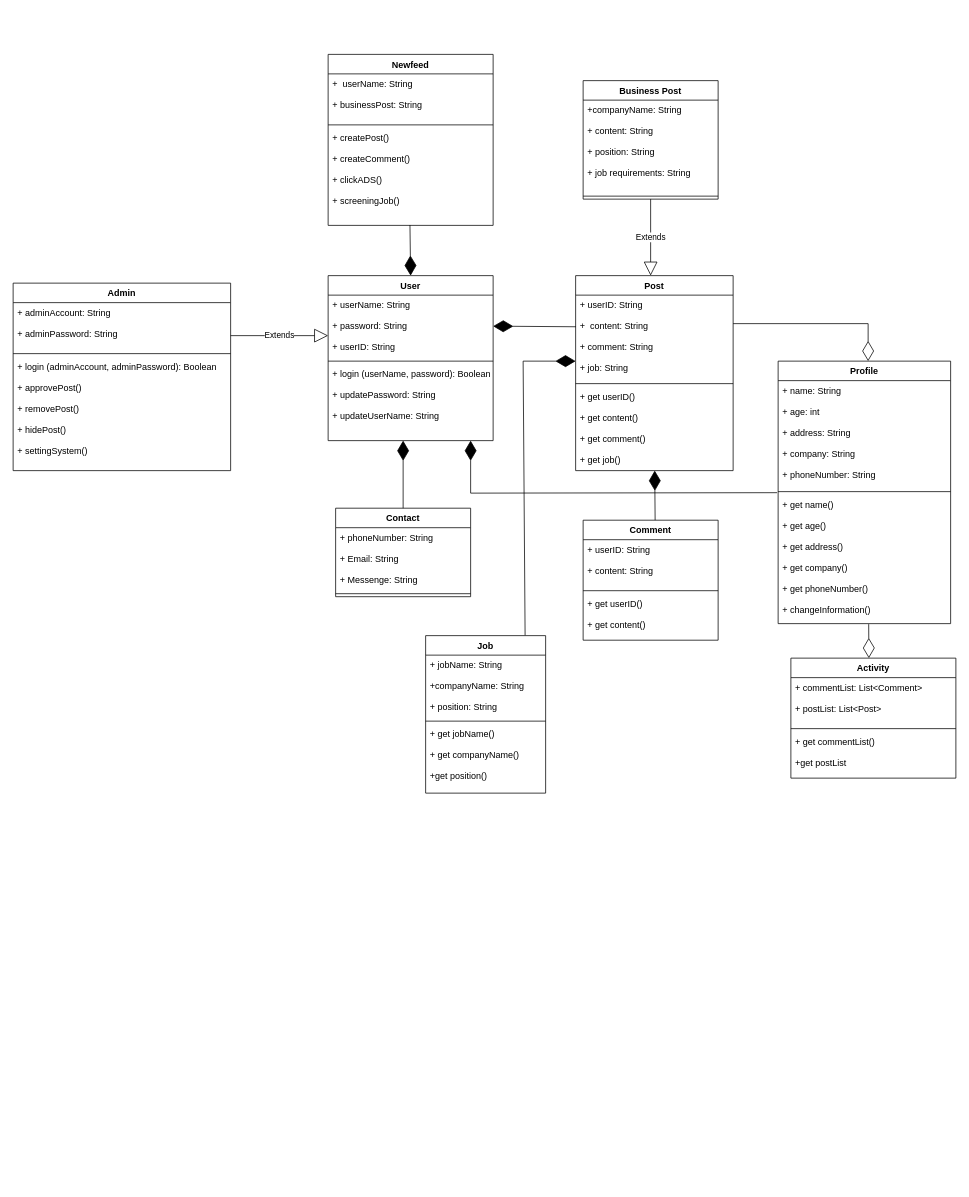
Before: GAP Social Class Diagram.drawio in nvhoang23/BTVN_1, a draw.io diagram. Source tidied: cells renumbered, new cells numbered last; positions are measured from the earlier drawing's top-left corner, leaving out a move shared by most shapes. Both pictures are drawn from the tidied source at 75%, with x=0, y=0 at pixel (13, 54).
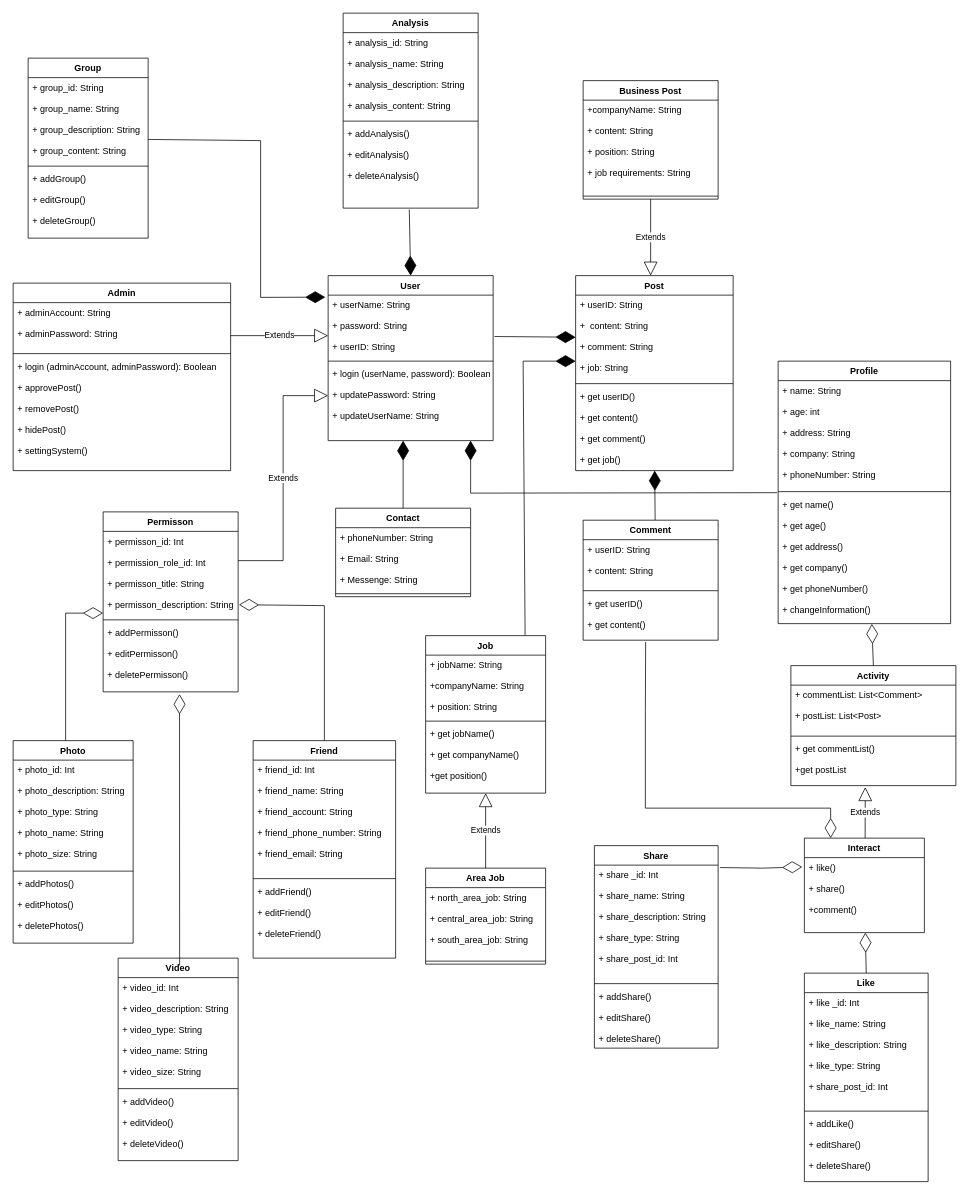
After the change.

Commit message:
Cập nhật GAP Social Class Diagram.drawio

The change refers to these unchanged cells:
```xml
<mxCell id="2" value="User" style="swimlane;fontStyle=1;align=center;verticalAlign=top;horizontal=1;startSize=26;" parent="1" vertex="1">
  <mxGeometry x="420" y="295" width="220" height="220" as="geometry" />
</mxCell>
<mxCell id="3" value="+ userName: String &#10;&#10;+ password: String &#10;&#10;+ userID: String &#10;" style="text;strokeColor=none;fillColor=none;align=left;verticalAlign=top;spacingLeft=4;spacingRight=4;overflow=hidden;points=[[0,0.5],[1,0.5]];portConstraint=eastwest;" parent="2" vertex="1">
  <mxGeometry y="26" width="220" height="84" as="geometry" />
</mxCell>
<mxCell id="8" value="+ userID: String&#10;&#10;+  content: String&#10;&#10;+ comment: String&#10;&#10;+ job: String&#10;&#10;" style="text;strokeColor=none;fillColor=none;align=left;verticalAlign=top;spacingLeft=4;spacingRight=4;overflow=hidden;points=[[0,0.5],[1,0.5]];portConstraint=eastwest;" parent="7" vertex="1">
  <mxGeometry y="26" width="210" height="114" as="geometry" />
</mxCell>
<mxCell id="17" value="+ get commentList()&#10;&#10;+get postList&#10;&#10;" style="text;strokeColor=none;fillColor=none;align=left;verticalAlign=top;spacingLeft=4;spacingRight=4;overflow=hidden;points=[[0,0.5],[1,0.5]];portConstraint=eastwest;" parent="14" vertex="1">
  <mxGeometry y="98" width="220" height="62" as="geometry" />
</mxCell>
<mxCell id="21" value="+ get userID()&#10;&#10;+ get content()" style="text;strokeColor=none;fillColor=none;align=left;verticalAlign=top;spacingLeft=4;spacingRight=4;overflow=hidden;points=[[0,0.5],[1,0.5]];portConstraint=eastwest;" parent="18" vertex="1">
  <mxGeometry y="98" width="180" height="62" as="geometry" />
</mxCell>
<mxCell id="25" value="+ get name()&#10;&#10;+ get age()&#10;&#10;+ get address()&#10;&#10;+ get company()&#10;&#10;+ get phoneNumber()&#10;&#10;+ changeInformation()" style="text;strokeColor=none;fillColor=none;align=left;verticalAlign=top;spacingLeft=4;spacingRight=4;overflow=hidden;points=[[0,0.5],[1,0.5]];portConstraint=eastwest;" parent="22" vertex="1">
  <mxGeometry y="178" width="230" height="172" as="geometry" />
</mxCell>
```

Diff of the diagram source:
```diff
@@
-    <mxCell id="4" style="endArrow=diamondThin;endFill=1;endSize=24;html=1;rounded=0;exitX=0.002;exitY=0.37;exitDx=0;exitDy=0;exitPerimeter=0;" parent="2" edge="1" source="8">
-      <mxGeometry relative="1" as="geometry">
-        <mxPoint x="220" y="67.4" as="targetPoint" />
-      </mxGeometry>
-    </mxCell>
@@
     <mxCell id="14" value="Activity" style="swimlane;fontStyle=1;align=center;verticalAlign=top;horizontal=1;startSize=26;" parent="1" vertex="1">
-      <mxGeometry x="1037" y="805" width="220" height="160" as="geometry" />
+      <mxGeometry x="1037" y="815" width="220" height="160" as="geometry" />
     </mxCell>
@@
-    <mxCell id="33" style="endArrow=diamondThin;endFill=0;endSize=24;html=1;rounded=0;" parent="1" edge="1">
-      <mxGeometry relative="1" as="geometry">
-        <mxPoint x="960" y="359" as="sourcePoint" />
-        <mxPoint x="1140" y="409" as="targetPoint" />
-        <Array as="points">
-          <mxPoint x="1140" y="359" />
-        </Array>
-      </mxGeometry>
-    </mxCell>
@@
-    <mxCell id="35" style="endArrow=diamondThin;endFill=0;endSize=24;html=1;rounded=0;exitX=0.525;exitY=1.004;exitDx=0;exitDy=0;exitPerimeter=0;" parent="1" edge="1" source="25">
-      <mxGeometry relative="1" as="geometry">
-        <mxPoint x="1141" y="805" as="targetPoint" />
-      </mxGeometry>
+    <mxCell id="35" style="endArrow=diamondThin;endFill=0;endSize=24;html=1;rounded=0;exitX=0.5;exitY=0;exitDx=0;exitDy=0;entryX=0.543;entryY=1.002;entryDx=0;entryDy=0;entryPerimeter=0;" parent="1" edge="1" source="14" target="25">
+      <mxGeometry relative="1" as="geometry" />
     </mxCell>
@@
-    <mxCell id="45" value="Newfeed" style="swimlane;fontStyle=1;align=center;verticalAlign=top;horizontal=1;startSize=26;" parent="1" vertex="1">
-      <mxGeometry x="420" width="220" height="228" as="geometry" />
-    </mxCell>
-    <mxCell id="46" value="+  userName: String&#10;&#10;+ businessPost: String " style="text;strokeColor=none;fillColor=none;align=left;verticalAlign=top;spacingLeft=4;spacingRight=4;overflow=hidden;" parent="45" vertex="1">
-      <mxGeometry y="26" width="220" height="64" as="geometry" />
-    </mxCell>
-    <mxCell id="47" style="line;strokeWidth=1;fillColor=none;align=left;verticalAlign=middle;spacingTop=-1;spacingLeft=3;spacingRight=3;labelPosition=right;strokeColor=inherit;" parent="45" vertex="1">
-      <mxGeometry y="90" width="220" height="8" as="geometry" />
-    </mxCell>
-    <mxCell id="48" value="+ createPost()&#10;&#10;+ createComment()&#10;&#10;+ clickADS()&#10;&#10;+ screeningJob()&#10;&#10;" style="text;strokeColor=none;fillColor=none;align=left;verticalAlign=top;spacingLeft=4;spacingRight=4;overflow=hidden;points=[[0,0.5],[1,0.5]];portConstraint=eastwest;" parent="45" vertex="1">
-      <mxGeometry y="98" width="220" height="130" as="geometry" />
-    </mxCell>
-    <mxCell id="49" style="endArrow=diamondThin;endFill=1;endSize=24;html=1;rounded=0;entryX=0.5;entryY=0;entryDx=0;entryDy=0;exitX=0.496;exitY=0.997;exitDx=0;exitDy=0;exitPerimeter=0;" parent="1" edge="1" source="48" target="2">
-      <mxGeometry relative="1" as="geometry" />
-    </mxCell>
+    <mxCell id="4" style="endArrow=diamondThin;endFill=1;endSize=24;html=1;rounded=0;exitX=1.008;exitY=0.657;exitDx=0;exitDy=0;exitPerimeter=0;" parent="1" edge="1" source="3" target="8">
+      <mxGeometry relative="1" as="geometry" />
+    </mxCell>
+    <mxCell id="50" value="Interact" style="swimlane;fontStyle=1;align=center;verticalAlign=top;horizontal=1;startSize=26;" parent="1" vertex="1">
+      <mxGeometry x="1055" y="1045" width="160" height="126" as="geometry" />
+    </mxCell>
+    <mxCell id="51" value="+ like()&#10;&#10;+ share()&#10;&#10;+comment()&#10;" style="text;strokeColor=none;fillColor=none;align=left;verticalAlign=top;spacingLeft=4;spacingRight=4;overflow=hidden;points=[[0,0.5],[1,0.5]];portConstraint=eastwest;" parent="50" vertex="1">
+      <mxGeometry y="26" width="160" height="100" as="geometry" />
+    </mxCell>
+    <mxCell id="52" value="Extends" style="endArrow=block;endSize=16;endFill=0;html=1;rounded=0;entryX=0.451;entryY=1.032;entryDx=0;entryDy=0;entryPerimeter=0;" parent="1" edge="1" target="17">
+      <mxGeometry relative="1" as="geometry">
+        <mxPoint x="1136" y="1045" as="sourcePoint" />
+      </mxGeometry>
+    </mxCell>
+    <mxCell id="53" value="Share" style="swimlane;fontStyle=1;align=center;verticalAlign=top;horizontal=1;startSize=26;" parent="1" vertex="1">
+      <mxGeometry x="775" y="1055" width="165" height="270" as="geometry" />
+    </mxCell>
+    <mxCell id="54" value="+ share _id: Int&#10;&#10;+ share_name: String&#10;&#10;+ share_description: String&#10;&#10;+ share_type: String&#10;&#10;+ share_post_id: Int" style="text;strokeColor=none;fillColor=none;align=left;verticalAlign=top;spacingLeft=4;spacingRight=4;overflow=hidden;points=[[0,0.5],[1,0.5]];portConstraint=eastwest;" parent="53" vertex="1">
+      <mxGeometry y="26" width="165" height="154" as="geometry" />
+    </mxCell>
+    <mxCell id="55" style="line;strokeWidth=1;fillColor=none;align=left;verticalAlign=middle;spacingTop=-1;spacingLeft=3;spacingRight=3;labelPosition=right;strokeColor=inherit;" parent="53" vertex="1">
+      <mxGeometry y="180" width="165" height="8" as="geometry" />
+    </mxCell>
+    <mxCell id="56" value="+ addShare()&#10;&#10;+ editShare()&#10;&#10;+ deleteShare()&#10;&#10; " style="text;strokeColor=none;fillColor=none;align=left;verticalAlign=top;spacingLeft=4;spacingRight=4;overflow=hidden;" parent="53" vertex="1">
+      <mxGeometry y="188" width="165" height="82" as="geometry" />
+    </mxCell>
+    <mxCell id="57" value="Like" style="swimlane;fontStyle=1;align=center;verticalAlign=top;horizontal=1;startSize=26;" parent="1" vertex="1">
+      <mxGeometry x="1055" y="1225" width="165" height="278" as="geometry" />
+    </mxCell>
+    <mxCell id="58" value="+ like _id: Int&#10;&#10;+ like_name: String&#10;&#10;+ like_description: String&#10;&#10;+ like_type: String&#10;&#10;+ share_post_id: Int" style="text;strokeColor=none;fillColor=none;align=left;verticalAlign=top;spacingLeft=4;spacingRight=4;overflow=hidden;" parent="57" vertex="1">
+      <mxGeometry y="26" width="165" height="154" as="geometry" />
+    </mxCell>
+    <mxCell id="59" style="line;strokeWidth=1;fillColor=none;align=left;verticalAlign=middle;spacingTop=-1;spacingLeft=3;spacingRight=3;labelPosition=right;strokeColor=inherit;" parent="57" vertex="1">
+      <mxGeometry y="180" width="165" height="8" as="geometry" />
+    </mxCell>
+    <mxCell id="60" value="+ addLike()&#10;&#10;+ editShare()&#10;&#10;+ deleteShare()&#10;&#10; " style="text;strokeColor=none;fillColor=none;align=left;verticalAlign=top;spacingLeft=4;spacingRight=4;overflow=hidden;" parent="57" vertex="1">
+      <mxGeometry y="188" width="165" height="90" as="geometry" />
+    </mxCell>
+    <mxCell id="61" style="endArrow=diamondThin;endFill=0;endSize=24;html=1;rounded=0;exitX=0.463;exitY=1.037;exitDx=0;exitDy=0;exitPerimeter=0;" parent="1" edge="1" source="21">
+      <mxGeometry relative="1" as="geometry">
+        <mxPoint x="1090" y="1045" as="targetPoint" />
+        <Array as="points">
+          <mxPoint x="843" y="875" />
+          <mxPoint x="843" y="1005" />
+          <mxPoint x="1090" y="1005" />
+        </Array>
+      </mxGeometry>
+    </mxCell>
+    <mxCell id="62" style="endArrow=diamondThin;endFill=0;endSize=24;html=1;rounded=0;exitX=1.016;exitY=0.021;exitDx=0;exitDy=0;exitPerimeter=0;entryX=-0.017;entryY=0.124;entryDx=0;entryDy=0;entryPerimeter=0;" parent="1" edge="1" source="54" target="51">
+      <mxGeometry relative="1" as="geometry">
+        <Array as="points">
+          <mxPoint x="1000" y="1085" />
+        </Array>
+      </mxGeometry>
+    </mxCell>
+    <mxCell id="63" style="endArrow=diamondThin;endFill=0;endSize=24;html=1;rounded=0;exitX=0.5;exitY=0;exitDx=0;exitDy=0;" parent="1" edge="1" source="57" target="51">
+      <mxGeometry relative="1" as="geometry" />
+    </mxCell>
+    <mxCell id="64" value="Permisson" style="swimlane;fontStyle=1;align=center;verticalAlign=top;horizontal=1;startSize=26;" parent="1" vertex="1">
+      <mxGeometry x="120" y="610" width="180" height="240" as="geometry" />
+    </mxCell>
+    <mxCell id="65" value="+ permisson_id: Int&#10;&#10;+ permission_role_id: Int&#10;&#10;+ permisson_title: String&#10;&#10;+ permisson_description: String" style="text;strokeColor=none;fillColor=none;align=left;verticalAlign=top;spacingLeft=4;spacingRight=4;overflow=hidden;points=[[0,0.5],[1,0.5]];portConstraint=eastwest;" parent="64" vertex="1">
+      <mxGeometry y="26" width="180" height="114" as="geometry" />
+    </mxCell>
+    <mxCell id="66" style="line;strokeWidth=1;fillColor=none;align=left;verticalAlign=middle;spacingTop=-1;spacingLeft=3;spacingRight=3;labelPosition=right;strokeColor=inherit;" parent="64" vertex="1">
+      <mxGeometry y="140" width="180" height="8" as="geometry" />
+    </mxCell>
+    <mxCell id="67" value="+ addPermisson()&#10;&#10;+ editPermisson()&#10;&#10;+ deletePermisson()" style="text;strokeColor=none;fillColor=none;align=left;verticalAlign=top;spacingLeft=4;spacingRight=4;overflow=hidden;points=[[0,0.5],[1,0.5]];portConstraint=eastwest;" parent="64" vertex="1">
+      <mxGeometry y="148" width="180" height="92" as="geometry" />
+    </mxCell>
+    <mxCell id="68" value="Extends" style="endArrow=block;endSize=16;endFill=0;html=1;rounded=0;" parent="1" edge="1">
+      <mxGeometry relative="1" as="geometry">
+        <mxPoint x="300" y="675" as="sourcePoint" />
+        <mxPoint x="420" y="455" as="targetPoint" />
+        <Array as="points">
+          <mxPoint x="360" y="675" />
+          <mxPoint x="360" y="455" />
+        </Array>
+      </mxGeometry>
+    </mxCell>
+    <mxCell id="69" value="Photo" style="swimlane;fontStyle=1;align=center;verticalAlign=top;horizontal=1;startSize=26;" parent="1" vertex="1">
+      <mxGeometry y="915" width="160" height="270" as="geometry" />
+    </mxCell>
+    <mxCell id="70" value="+ photo_id: Int &#10;&#10;+ photo_description: String &#10;&#10;+ photo_type: String&#10;&#10;+ photo_name: String&#10;&#10;+ photo_size: String" style="text;strokeColor=none;fillColor=none;align=left;verticalAlign=top;spacingLeft=4;spacingRight=4;overflow=hidden;" parent="69" vertex="1">
+      <mxGeometry y="26" width="160" height="144" as="geometry" />
+    </mxCell>
+    <mxCell id="71" style="line;strokeWidth=1;fillColor=none;align=left;verticalAlign=middle;spacingTop=-1;spacingLeft=3;spacingRight=3;labelPosition=right;strokeColor=inherit;" parent="69" vertex="1">
+      <mxGeometry y="170" width="160" height="8" as="geometry" />
+    </mxCell>
+    <mxCell id="72" value="+ addPhotos()&#10;&#10;+ editPhotos()&#10;&#10;+ deletePhotos()&#10;&#10;" style="text;strokeColor=none;fillColor=none;align=left;verticalAlign=top;spacingLeft=4;spacingRight=4;overflow=hidden;" parent="69" vertex="1">
+      <mxGeometry y="178" width="160" height="92" as="geometry" />
+    </mxCell>
+    <mxCell id="73" style="endArrow=diamondThin;endFill=0;endSize=24;html=1;rounded=0;" parent="1" edge="1">
+      <mxGeometry relative="1" as="geometry">
+        <mxPoint x="70" y="915" as="sourcePoint" />
+        <mxPoint x="120" y="745" as="targetPoint" />
+        <Array as="points">
+          <mxPoint x="70" y="745" />
+        </Array>
+      </mxGeometry>
+    </mxCell>
+    <mxCell id="74" value="Friend" style="swimlane;fontStyle=1;align=center;verticalAlign=top;horizontal=1;startSize=26;" parent="1" vertex="1">
+      <mxGeometry x="320" y="915" width="190" height="290" as="geometry" />
+    </mxCell>
+    <mxCell id="75" value="+ friend_id: Int&#10;&#10;+ friend_name: String &#10;&#10;+ friend_account: String&#10;&#10;+ friend_phone_number: String&#10;&#10;+ friend_email: String" style="text;strokeColor=none;fillColor=none;align=left;verticalAlign=top;spacingLeft=4;spacingRight=4;overflow=hidden;" parent="74" vertex="1">
+      <mxGeometry y="26" width="190" height="154" as="geometry" />
+    </mxCell>
+    <mxCell id="76" style="line;strokeWidth=1;fillColor=none;align=left;verticalAlign=middle;spacingTop=-1;spacingLeft=3;spacingRight=3;labelPosition=right;strokeColor=inherit;" parent="74" vertex="1">
+      <mxGeometry y="180" width="190" height="8" as="geometry" />
+    </mxCell>
+    <mxCell id="77" value="+ addFriend()&#10;&#10;+ editFriend()&#10;&#10;+ deleteFriend()&#10;&#10;" style="text;strokeColor=none;fillColor=none;align=left;verticalAlign=top;spacingLeft=4;spacingRight=4;overflow=hidden;" parent="74" vertex="1">
+      <mxGeometry y="188" width="190" height="102" as="geometry" />
+    </mxCell>
+    <mxCell id="78" style="endArrow=diamondThin;endFill=0;endSize=24;html=1;rounded=0;entryX=1.006;entryY=0.858;entryDx=0;entryDy=0;entryPerimeter=0;exitX=0.5;exitY=0;exitDx=0;exitDy=0;" parent="1" edge="1" source="74" target="65">
+      <mxGeometry relative="1" as="geometry">
+        <Array as="points">
+          <mxPoint x="415" y="735" />
+        </Array>
+      </mxGeometry>
+    </mxCell>
+    <mxCell id="79" value="Video" style="swimlane;fontStyle=1;align=center;verticalAlign=top;horizontal=1;startSize=26;" parent="1" vertex="1">
+      <mxGeometry x="140" y="1205" width="160" height="270" as="geometry" />
+    </mxCell>
+    <mxCell id="80" value="+ video_id: Int &#10;&#10;+ video_description: String &#10;&#10;+ video_type: String&#10;&#10;+ video_name: String&#10;&#10;+ video_size: String" style="text;strokeColor=none;fillColor=none;align=left;verticalAlign=top;spacingLeft=4;spacingRight=4;overflow=hidden;" parent="79" vertex="1">
+      <mxGeometry y="26" width="160" height="144" as="geometry" />
+    </mxCell>
+    <mxCell id="81" style="line;strokeWidth=1;fillColor=none;align=left;verticalAlign=middle;spacingTop=-1;spacingLeft=3;spacingRight=3;labelPosition=right;strokeColor=inherit;" parent="79" vertex="1">
+      <mxGeometry y="170" width="160" height="8" as="geometry" />
+    </mxCell>
+    <mxCell id="82" value="+ addVideo()&#10;&#10;+ editVideo()&#10;&#10;+ deleteVideo()&#10;&#10;" style="text;strokeColor=none;fillColor=none;align=left;verticalAlign=top;spacingLeft=4;spacingRight=4;overflow=hidden;" parent="79" vertex="1">
+      <mxGeometry y="178" width="160" height="92" as="geometry" />
+    </mxCell>
+    <mxCell id="83" style="endArrow=diamondThin;endFill=0;endSize=24;html=1;rounded=0;entryX=0.566;entryY=1.033;entryDx=0;entryDy=0;entryPerimeter=0;" parent="1" edge="1" target="67">
+      <mxGeometry relative="1" as="geometry">
+        <mxPoint x="222" y="1215" as="sourcePoint" />
+      </mxGeometry>
+    </mxCell>
+    <mxCell id="84" value="Area Job" style="swimlane;fontStyle=1;align=center;verticalAlign=top;horizontal=1;startSize=26;" parent="1" vertex="1">
+      <mxGeometry x="550" y="1085" width="160" height="128" as="geometry" />
+    </mxCell>
+    <mxCell id="85" value="+ north_area_job: String&#10;&#10;+ central_area_job: String&#10;&#10;+ south_area_job: String" style="text;strokeColor=none;fillColor=none;align=left;verticalAlign=top;spacingLeft=4;spacingRight=4;overflow=hidden;" parent="84" vertex="1">
+      <mxGeometry y="26" width="160" height="94" as="geometry" />
+    </mxCell>
+    <mxCell id="86" style="line;strokeWidth=1;fillColor=none;align=left;verticalAlign=middle;spacingTop=-1;spacingLeft=3;spacingRight=3;labelPosition=right;strokeColor=inherit;" parent="84" vertex="1">
+      <mxGeometry y="120" width="160" height="8" as="geometry" />
+    </mxCell>
+    <mxCell id="87" value="Extends" style="endArrow=block;endSize=16;endFill=0;html=1;rounded=0;exitX=0.5;exitY=0;exitDx=0;exitDy=0;" parent="1" edge="1" source="84">
+      <mxGeometry relative="1" as="geometry">
+        <mxPoint x="630" y="985" as="targetPoint" />
+      </mxGeometry>
+    </mxCell>
+    <mxCell id="88" value="Group" style="swimlane;fontStyle=1;align=center;verticalAlign=top;horizontal=1;startSize=26;" parent="1" vertex="1">
+      <mxGeometry x="20" y="5" width="160" height="240" as="geometry" />
+    </mxCell>
+    <mxCell id="89" value="+ group_id: String&#10;&#10;+ group_name: String &#10;&#10;+ group_description: String&#10;&#10;+ group_content: String&#10;" style="text;strokeColor=none;fillColor=none;align=left;verticalAlign=top;spacingLeft=4;spacingRight=4;overflow=hidden;" parent="88" vertex="1">
+      <mxGeometry y="26" width="160" height="114" as="geometry" />
+    </mxCell>
+    <mxCell id="90" style="line;strokeWidth=1;fillColor=none;align=left;verticalAlign=middle;spacingTop=-1;spacingLeft=3;spacingRight=3;labelPosition=right;strokeColor=inherit;" parent="88" vertex="1">
+      <mxGeometry y="140" width="160" height="8" as="geometry" />
+    </mxCell>
+    <mxCell id="91" value="+ addGroup()&#10;&#10;+ editGroup()&#10;&#10;+ deleteGroup()" style="text;strokeColor=none;fillColor=none;align=left;verticalAlign=top;spacingLeft=4;spacingRight=4;overflow=hidden;" parent="88" vertex="1">
+      <mxGeometry y="148" width="160" height="92" as="geometry" />
+    </mxCell>
+    <mxCell id="92" style="endArrow=diamondThin;endFill=1;endSize=24;html=1;rounded=0;entryX=-0.017;entryY=0.032;entryDx=0;entryDy=0;entryPerimeter=0;" parent="1" edge="1" target="3">
+      <mxGeometry relative="1" as="geometry">
+        <mxPoint x="180" y="113.4" as="sourcePoint" />
+        <Array as="points">
+          <mxPoint x="330" y="115" />
+          <mxPoint x="330" y="324" />
+        </Array>
+      </mxGeometry>
+    </mxCell>
+    <mxCell id="93" value="Analysis" style="swimlane;fontStyle=1;align=center;verticalAlign=top;horizontal=1;startSize=26;" parent="1" vertex="1">
+      <mxGeometry x="440" y="-55" width="180" height="260" as="geometry" />
+    </mxCell>
+    <mxCell id="94" value="+ analysis_id: String&#10;&#10;+ analysis_name: String&#10;&#10;+ analysis_description: String&#10;&#10;+ analysis_content: String&#10;&#10;" style="text;strokeColor=none;fillColor=none;align=left;verticalAlign=top;spacingLeft=4;spacingRight=4;overflow=hidden;" parent="93" vertex="1">
+      <mxGeometry y="26" width="180" height="114" as="geometry" />
+    </mxCell>
+    <mxCell id="95" style="line;strokeWidth=1;fillColor=none;align=left;verticalAlign=middle;spacingTop=-1;spacingLeft=3;spacingRight=3;labelPosition=right;strokeColor=inherit;" parent="93" vertex="1">
+      <mxGeometry y="140" width="180" height="8" as="geometry" />
+    </mxCell>
+    <mxCell id="96" value="+ addAnalysis()&#10;&#10;+ editAnalysis()&#10;&#10;+ deleteAnalysis()" style="text;strokeColor=none;fillColor=none;align=left;verticalAlign=top;spacingLeft=4;spacingRight=4;overflow=hidden;points=[[0,0.5],[1,0.5]];portConstraint=eastwest;" parent="93" vertex="1">
+      <mxGeometry y="148" width="180" height="112" as="geometry" />
+    </mxCell>
+    <mxCell id="97" style="endArrow=diamondThin;endFill=1;endSize=24;html=1;rounded=0;entryX=0.5;entryY=0;entryDx=0;entryDy=0;exitX=0.49;exitY=1.017;exitDx=0;exitDy=0;exitPerimeter=0;" parent="1" edge="1" source="96" target="2">
+      <mxGeometry relative="1" as="geometry" />
+    </mxCell>
```
